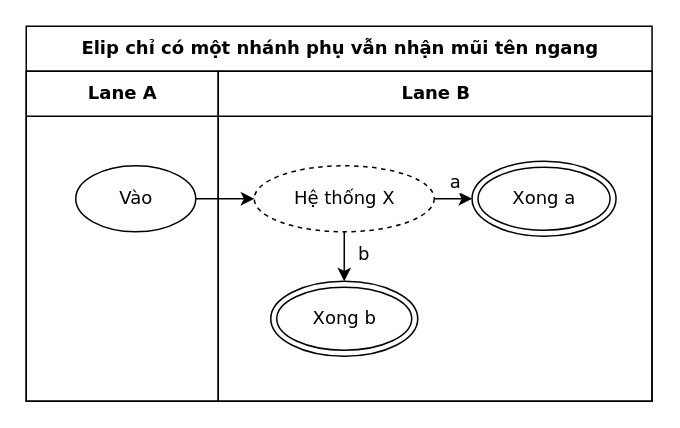
The draw.io diagram conformance/golden/optimize/cases-87-place-ellipse-one-side-branch.drawio in luytbq/flowcast, before the edit. Source tidied: cells renumbered, new cells numbered last; positions are measured from the earlier drawing's top-left corner, leaving out a move shared by most shapes. Both pictures are drawn from the tidied source at 150%, with x=0, y=0 at pixel (26, 26).
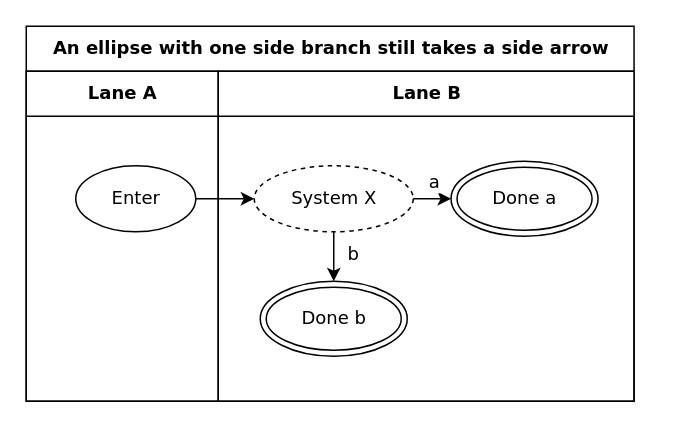
After the change.

Diff of the diagram source:
```diff
@@
 <mxGraphModel>
   <root>
     <mxCell id="0" />
     <mxCell id="1" parent="0" />
-    <mxCell id="2" value="Elip chỉ có một nhánh phụ vẫn nhận mũi tên ngang" style="swimlane;html=1;startSize=30;fontStyle=1;fontFamily=Verdana;fontSize=12;flowtable=1;" parent="1" vertex="1">
-      <mxGeometry width="417.2" height="250" as="geometry" />
+    <mxCell id="2" value="An ellipse with one side branch still takes a side arrow" style="swimlane;html=1;startSize=30;fontStyle=1;fontFamily=Verdana;fontSize=12;flowtable=1;" parent="1" vertex="1">
+      <mxGeometry width="405.2" height="250" as="geometry" />
     </mxCell>
     <mxCell id="3" value="Lane A" style="swimlane;html=1;startSize=30;fontFamily=Verdana;fontSize=12;flowtable=1;" parent="2" vertex="1">
       <mxGeometry y="30" width="128" height="220" as="geometry" />
     </mxCell>
     <mxCell id="4" value="Lane B" style="swimlane;html=1;startSize=30;fontFamily=Verdana;fontSize=12;flowtable=1;" parent="2" vertex="1">
-      <mxGeometry x="128" y="30" width="289.2" height="220" as="geometry" />
+      <mxGeometry x="128" y="30" width="277.2" height="220" as="geometry" />
     </mxCell>
-    <mxCell id="5" value="Vào" style="ellipse;html=1;fontFamily=Verdana;fontSize=12;flowtable=1;" parent="3" vertex="1">
+    <mxCell id="5" value="Enter" style="ellipse;html=1;fontFamily=Verdana;fontSize=12;flowtable=1;" parent="3" vertex="1">
       <mxGeometry x="33" y="63" width="80" height="44" as="geometry" />
     </mxCell>
-    <mxCell id="6" value="Hệ thống X" style="ellipse;html=1;dashed=1;fontFamily=Verdana;fontSize=12;flowtable=1;" parent="4" vertex="1">
-      <mxGeometry x="24" y="63" width="120" height="44" as="geometry" />
+    <mxCell id="6" value="System X" style="ellipse;html=1;dashed=1;fontFamily=Verdana;fontSize=12;flowtable=1;" parent="4" vertex="1">
+      <mxGeometry x="24" y="63" width="106" height="44" as="geometry" />
     </mxCell>
-    <mxCell id="7" value="Xong a" style="shape=doubleEllipse;html=1;fontFamily=Verdana;fontSize=12;flowtable=1;" parent="4" vertex="1">
-      <mxGeometry x="169.2" y="60" width="96" height="50" as="geometry" />
+    <mxCell id="7" value="Done a" style="shape=doubleEllipse;html=1;fontFamily=Verdana;fontSize=12;flowtable=1;" parent="4" vertex="1">
+      <mxGeometry x="155.2" y="60" width="98" height="50" as="geometry" />
     </mxCell>
-    <mxCell id="8" value="Xong b" style="shape=doubleEllipse;html=1;fontFamily=Verdana;fontSize=12;flowtable=1;" parent="4" vertex="1">
-      <mxGeometry x="35" y="140" width="98" height="50" as="geometry" />
+    <mxCell id="8" value="Done b" style="shape=doubleEllipse;html=1;fontFamily=Verdana;fontSize=12;flowtable=1;" parent="4" vertex="1">
+      <mxGeometry x="28" y="140" width="98" height="50" as="geometry" />
     </mxCell>
     <mxCell id="9" style="edgeStyle=orthogonalEdgeStyle;rounded=0;jettySize=auto;html=1;labelBackgroundColor=default;exitX=1;exitY=0.5;exitDx=0;exitDy=0;entryX=0;entryY=0.5;entryDx=0;entryDy=0;fontFamily=Verdana;fontSize=12;flowtable=1;" parent="2" edge="1" source="5" target="6">
       <mxGeometry relative="1" as="geometry" />
     </mxCell>
     <mxCell id="10" value="a" style="edgeStyle=orthogonalEdgeStyle;rounded=0;jettySize=auto;html=1;labelBackgroundColor=default;exitX=1;exitY=0.5;exitDx=0;exitDy=0;entryX=0;entryY=0.5;entryDx=0;entryDy=0;fontFamily=Verdana;fontSize=12;flowtable=1;" parent="2" edge="1" source="6" target="7">
       <mxGeometry x="0.08" relative="1" as="geometry">
         <mxPoint y="-11.5" as="offset" />
       </mxGeometry>
     </mxCell>
     <mxCell id="11" value="b" style="edgeStyle=orthogonalEdgeStyle;rounded=0;jettySize=auto;html=1;labelBackgroundColor=default;exitX=0.5;exitY=1;exitDx=0;exitDy=0;entryX=0.5;entryY=0;entryDx=0;entryDy=0;fontFamily=Verdana;fontSize=12;flowtable=1;" parent="2" edge="1" source="6" target="8">
       <mxGeometry x="-0.12" relative="1" as="geometry">
         <mxPoint x="12.7" as="offset" />
       </mxGeometry>
     </mxCell>
   </root>
 </mxGraphModel>
```
